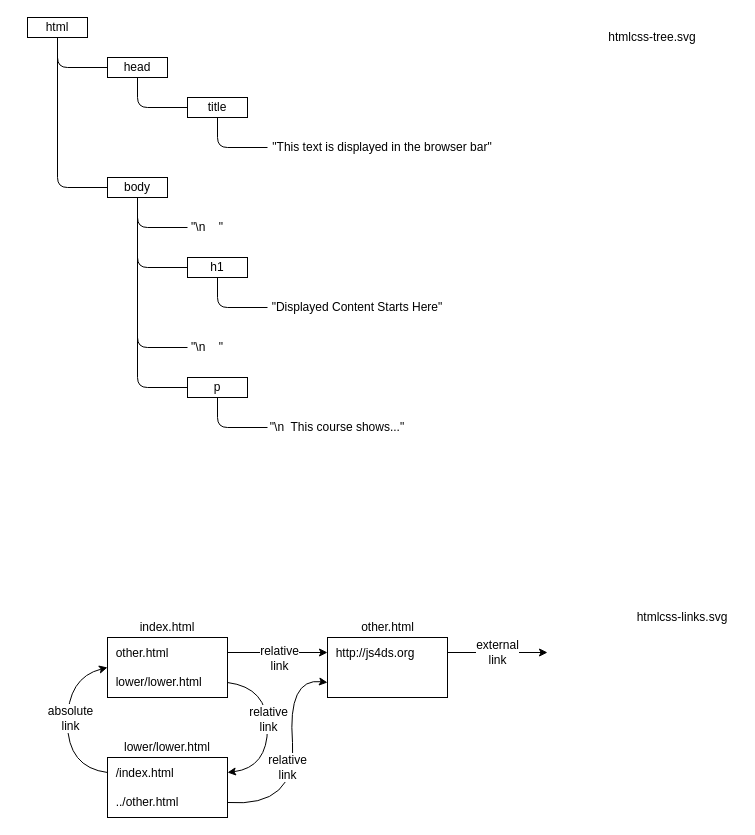
Earlier version of the draw.io diagram drawio/htmlcss.drawio (software-tools-books/js4ds). Source tidied: cells renumbered, new cells numbered last; positions are measured from the earlier drawing's top-left corner, leaving out a move shared by most shapes. Both pictures are drawn from the tidied source at 100%, with x=0, y=0 at pixel (27, 17).
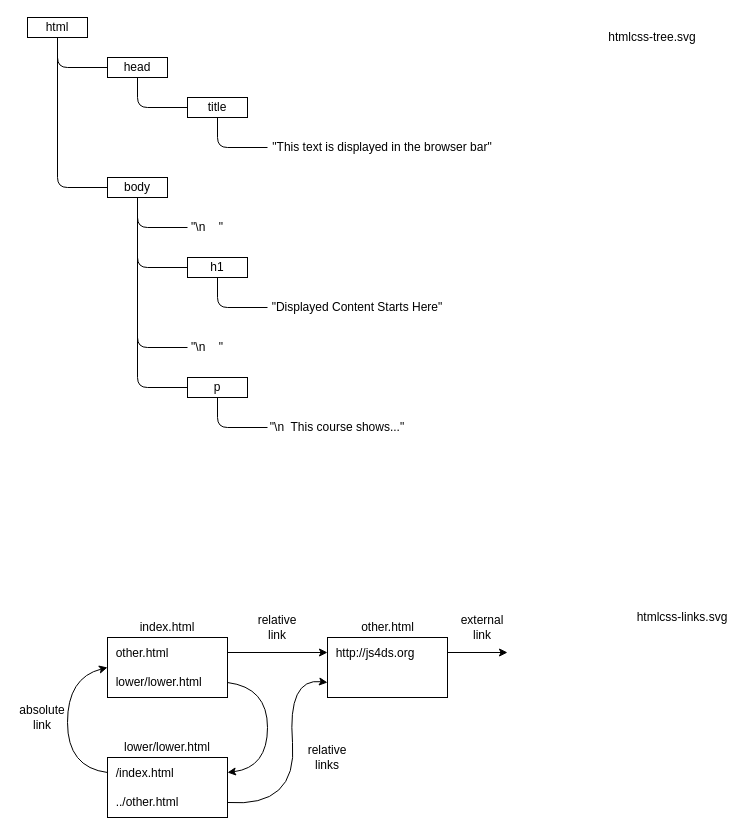
Above is the later version.

Unchanged cells that the change refers to:
```xml
<mxCell id="25" value="&lt;div align=&quot;left&quot;&gt;&amp;nbsp; /index.html&lt;/div&gt;&lt;div align=&quot;left&quot;&gt;&lt;br&gt;&lt;/div&gt;&lt;div align=&quot;left&quot;&gt;&amp;nbsp; ../other.html&lt;br&gt;&lt;/div&gt;" style="rounded=0;whiteSpace=wrap;html=1;fillColor=none;align=left;" parent="1" vertex="1">
  <mxGeometry x="80" y="740" width="120" height="60" as="geometry" />
</mxCell>
<mxCell id="26" value="&lt;div align=&quot;left&quot;&gt;&amp;nbsp; http://js4ds.org&lt;/div&gt;&lt;div align=&quot;left&quot;&gt;&lt;br&gt;&lt;/div&gt;&lt;div align=&quot;left&quot;&gt;&lt;br&gt;&lt;/div&gt;" style="rounded=0;whiteSpace=wrap;html=1;fillColor=none;align=left;" parent="1" vertex="1">
  <mxGeometry x="300" y="620" width="120" height="60" as="geometry" />
</mxCell>
<mxCell id="30" style="endArrow=classic;html=1;entryX=0;entryY=0.25;entryDx=0;entryDy=0;exitX=1;exitY=0.25;exitDx=0;exitDy=0;" parent="1" edge="1" source="24" target="26">
  <mxGeometry relative="1" as="geometry" />
</mxCell>
<mxCell id="32" style="curved=1;endArrow=classic;html=1;entryX=1;entryY=0.25;entryDx=0;entryDy=0;exitX=1;exitY=0.75;exitDx=0;exitDy=0;" parent="1" edge="1" source="24" target="25">
  <mxGeometry relative="1" as="geometry">
    <Array as="points">
      <mxPoint x="240" y="670" />
      <mxPoint x="240" y="750" />
    </Array>
  </mxGeometry>
</mxCell>
<mxCell id="34" style="curved=1;endArrow=classic;html=1;exitX=0;exitY=0.25;exitDx=0;exitDy=0;entryX=0;entryY=0.5;entryDx=0;entryDy=0;" parent="1" edge="1" source="25" target="24">
  <mxGeometry relative="1" as="geometry">
    <Array as="points">
      <mxPoint x="40" y="750" />
      <mxPoint x="40" y="660" />
    </Array>
  </mxGeometry>
</mxCell>
```

The edit, as a diff of the source:
```diff
@@
-    <mxCell id="31" value="&lt;div style=&quot;font-size: 12px;&quot;&gt;relative&lt;/div&gt;&lt;div style=&quot;font-size: 12px;&quot;&gt;link&lt;br style=&quot;font-size: 12px;&quot;&gt;&lt;/div&gt;" style="text;html=1;align=center;verticalAlign=middle;labelBackgroundColor=#ffffff;fontSize=12;" parent="30" vertex="1">
-      <mxGeometry x="0.19" y="-1" relative="1" as="geometry">
-        <mxPoint x="-9" y="4" as="offset" />
-      </mxGeometry>
-    </mxCell>
@@
-    <mxCell id="33" value="&lt;div style=&quot;font-size: 12px;&quot;&gt;relative&lt;/div&gt;&lt;div style=&quot;font-size: 12px;&quot;&gt;link&lt;br style=&quot;font-size: 12px;&quot;&gt;&lt;/div&gt;" style="text;html=1;align=center;verticalAlign=middle;labelBackgroundColor=#ffffff;fontSize=12;" parent="32" vertex="1">
-      <mxGeometry x="-0.01" y="2" relative="1" as="geometry">
-        <mxPoint x="-2" y="-8.5" as="offset" />
-      </mxGeometry>
-    </mxCell>
@@
+    <mxCell id="36" style="curved=1;endArrow=classic;html=1;entryX=0;entryY=0.75;entryDx=0;entryDy=0;exitX=1;exitY=0.75;exitDx=0;exitDy=0;" parent="1" edge="1" source="25" target="26">
+      <mxGeometry relative="1" as="geometry">
+        <Array as="points">
+          <mxPoint x="270" y="790" />
+          <mxPoint x="260" y="660" />
+        </Array>
+      </mxGeometry>
+    </mxCell>
+    <mxCell id="39" value="htmlcss-links.svg" style="text;html=1;strokeColor=none;fillColor=none;align=center;verticalAlign=middle;whiteSpace=wrap;rounded=0;fontSize=12;" parent="1" vertex="1">
+      <mxGeometry x="600" y="590" width="110" height="20" as="geometry" />
+    </mxCell>
-    <mxCell id="35" value="&lt;div style=&quot;font-size: 12px;&quot;&gt;absolute&lt;/div&gt;&lt;div style=&quot;font-size: 12px;&quot;&gt;link&lt;br style=&quot;font-size: 12px;&quot;&gt;&lt;/div&gt;" style="text;html=1;align=center;verticalAlign=middle;labelBackgroundColor=#ffffff;fontSize=12;" parent="34" vertex="1">
-      <mxGeometry x="0.05" y="-2" relative="1" as="geometry" />
+    <mxCell id="35" value="absolute&lt;br&gt;link" style="text;html=1;strokeColor=none;fillColor=none;align=center;verticalAlign=middle;whiteSpace=wrap;rounded=0;" parent="1" vertex="1">
+      <mxGeometry x="-10" y="680" width="50" height="40" as="geometry" />
     </mxCell>
-    <mxCell id="36" style="curved=1;endArrow=classic;html=1;entryX=0;entryY=0.75;entryDx=0;entryDy=0;exitX=1;exitY=0.75;exitDx=0;exitDy=0;" parent="1" edge="1" source="25" target="26">
-      <mxGeometry relative="1" as="geometry">
-        <Array as="points">
-          <mxPoint x="270" y="790" />
-          <mxPoint x="260" y="660" />
-        </Array>
-      </mxGeometry>
-    </mxCell>
-    <mxCell id="37" value="&lt;div style=&quot;font-size: 12px;&quot;&gt;relative&lt;/div&gt;&lt;div style=&quot;font-size: 12px;&quot;&gt;link&lt;br style=&quot;font-size: 12px;&quot;&gt;&lt;/div&gt;" style="text;html=1;align=center;verticalAlign=middle;labelBackgroundColor=#ffffff;fontSize=12;" parent="36" vertex="1">
-      <mxGeometry x="0.07" y="2" relative="1" as="geometry">
-        <mxPoint x="-3.5" y="17.5" as="offset" />
-      </mxGeometry>
-    </mxCell>
+    <mxCell id="40" value="relative&lt;br&gt;links" style="text;html=1;strokeColor=none;fillColor=none;align=center;verticalAlign=middle;whiteSpace=wrap;rounded=0;" parent="1" vertex="1">
+      <mxGeometry x="275" y="720" width="50" height="40" as="geometry" />
+    </mxCell>
+    <mxCell id="41" value="relative&lt;br&gt;link" style="text;html=1;strokeColor=none;fillColor=none;align=center;verticalAlign=middle;whiteSpace=wrap;rounded=0;" parent="1" vertex="1">
+      <mxGeometry x="225" y="590" width="50" height="40" as="geometry" />
+    </mxCell>
+    <mxCell id="42" style="endArrow=classic;html=1;exitX=1;exitY=0.25;exitDx=0;exitDy=0;" parent="1" edge="1" source="26">
+      <mxGeometry relative="1" as="geometry">
+        <mxPoint x="480" y="635" as="targetPoint" />
+      </mxGeometry>
+    </mxCell>
-    <mxCell id="38" value="&lt;div style=&quot;font-size: 12px&quot;&gt;&lt;font style=&quot;font-size: 12px&quot;&gt;external&lt;/font&gt;&lt;/div&gt;&lt;div style=&quot;font-size: 12px&quot;&gt;&lt;font style=&quot;font-size: 12px&quot;&gt;link&lt;br&gt;&lt;/font&gt;&lt;/div&gt;" style="endArrow=classic;html=1;exitX=1;exitY=0.25;exitDx=0;exitDy=0;" parent="1" edge="1" source="26">
-      <mxGeometry relative="1" as="geometry">
-        <mxPoint x="520" y="635" as="targetPoint" />
-      </mxGeometry>
+    <mxCell id="38" value="external&lt;br&gt;link" style="text;html=1;strokeColor=none;fillColor=none;align=center;verticalAlign=middle;whiteSpace=wrap;rounded=0;" parent="1" vertex="1">
+      <mxGeometry x="430" y="590" width="50" height="40" as="geometry" />
     </mxCell>
-    <mxCell id="39" value="htmlcss-links.svg" style="text;html=1;strokeColor=none;fillColor=none;align=center;verticalAlign=middle;whiteSpace=wrap;rounded=0;fontSize=12;" parent="1" vertex="1">
-      <mxGeometry x="600" y="590" width="110" height="20" as="geometry" />
-    </mxCell>
```
